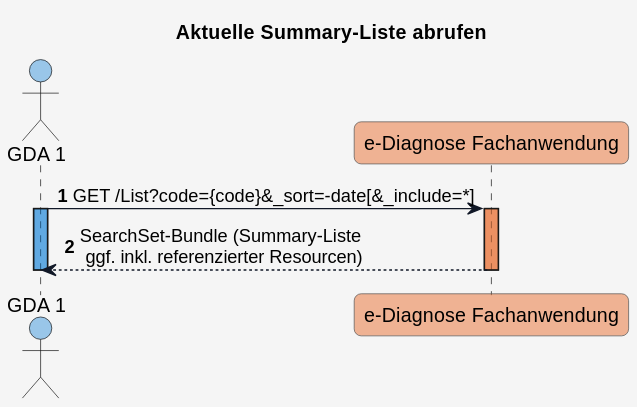
Above: input/images/plantuml/read.svg in HL7Austria/ELGA-e-Diagnose-R4 (PlantUML), before the change.
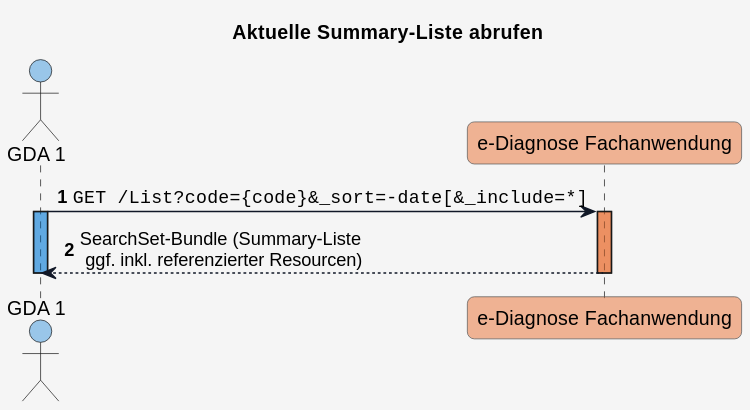
Above is the later version.

Diff of the diagram source:
```diff
@@ -52,7 +52,7 @@
 
 autonumber
 
-GDA_1 -> eDiag_FA: GET /List?code={code}&_sort=-date[&_include=*]
+GDA_1 -> eDiag_FA: ""GET /List?code={code}&_sort=-date[&_include=*]""
 activate GDA_1 COLOR_GDA_1
 activate eDiag_FA COLOR_DIAG_FA
 
```
